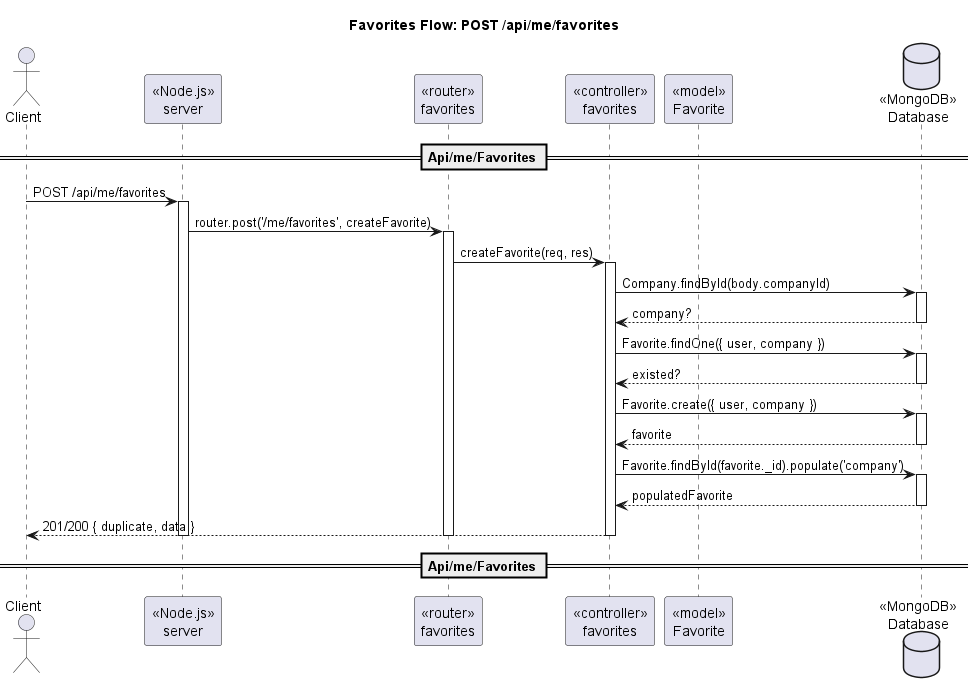
Earlier version of the PlantUML export out/docs/diagram/sequence/seq_me_favorites_post.png (098ff/ArtmaybeDEV). Source of this version:
```plantuml
@startuml
title Favorites Flow: POST /api/me/favorites
actor Client
participant "«Node.js»\nserver" as Server
participant "«router»\nfavorites" as Router
participant "«controller»\nfavorites" as Ctrl
participant "«model»\nFavorite" as FavoriteModel
database "«MongoDB»\nDatabase" as DB

== Api/me/Favorites ==
Client -> Server : POST /api/me/favorites
activate Server
Server -> Router : router.post('/me/favorites', createFavorite)
activate Router
Router -> Ctrl : createFavorite(req, res)
activate Ctrl
Ctrl -> DB : Company.findById(body.companyId)
activate DB
DB --> Ctrl : company?
deactivate DB
Ctrl -> DB : Favorite.findOne({ user, company })
activate DB
DB --> Ctrl : existed?
deactivate DB
Ctrl -> DB : Favorite.create({ user, company })
activate DB
DB --> Ctrl : favorite
deactivate DB
Ctrl -> DB : Favorite.findById(favorite._id).populate('company')
activate DB
DB --> Ctrl : populatedFavorite
deactivate DB
Ctrl --> Client : 201/200 { duplicate, data }
deactivate Ctrl
deactivate Router
deactivate Server
== Api/me/Favorites ==
@enduml
```
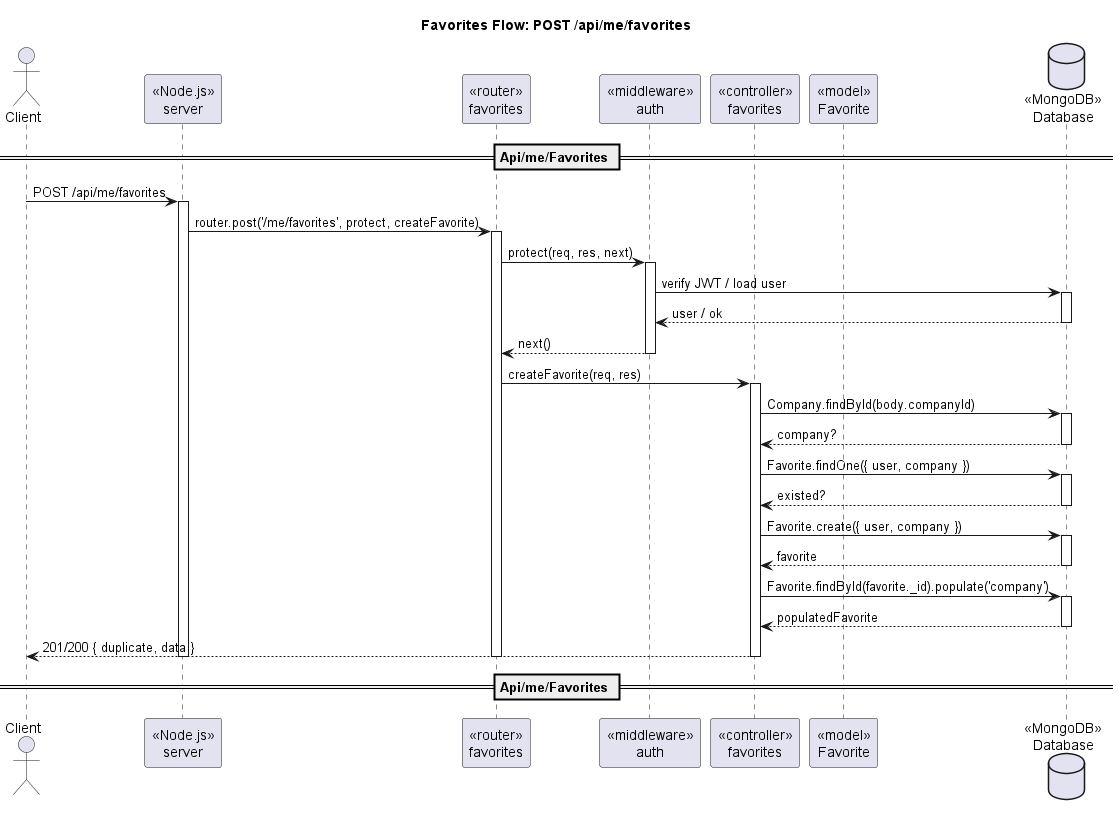
Later version of the same file.

The edit, as a diff of the source:
```diff
@@ -3,6 +3,7 @@
 actor Client
 participant "«Node.js»\nserver" as Server
 participant "«router»\nfavorites" as Router
+participant "«middleware»\nauth" as AuthMW
 participant "«controller»\nfavorites" as Ctrl
 participant "«model»\nFavorite" as FavoriteModel
 database "«MongoDB»\nDatabase" as DB
@@ -10,8 +11,16 @@
 == Api/me/Favorites ==
 Client -> Server : POST /api/me/favorites
 activate Server
-Server -> Router : router.post('/me/favorites', createFavorite)
+Server -> Router : router.post('/me/favorites', protect, createFavorite)
 activate Router
+Router -> AuthMW : protect(req, res, next)
+activate AuthMW
+AuthMW -> DB : verify JWT / load user
+activate DB
+DB --> AuthMW : user / ok
+deactivate DB
+AuthMW --> Router : next()
+deactivate AuthMW
 Router -> Ctrl : createFavorite(req, res)
 activate Ctrl
 Ctrl -> DB : Company.findById(body.companyId)
```
